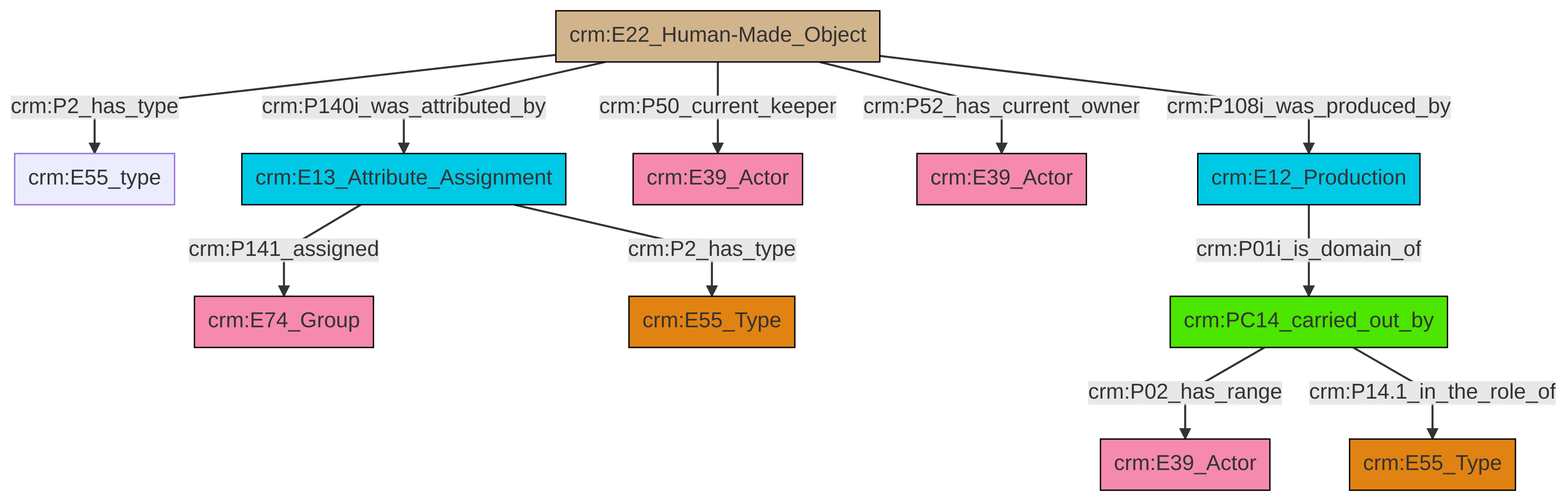
The Mermaid diagram et/artworkCSV/ttl/mmd/png/Artwork_Actor_Relations.png in swiss-art-research-net/reference-data-models, before a commit. Its source is kept beside it as et/artworkCSV/ttl/mmd/Artwork_Actor_Relations.ttl.mmd.
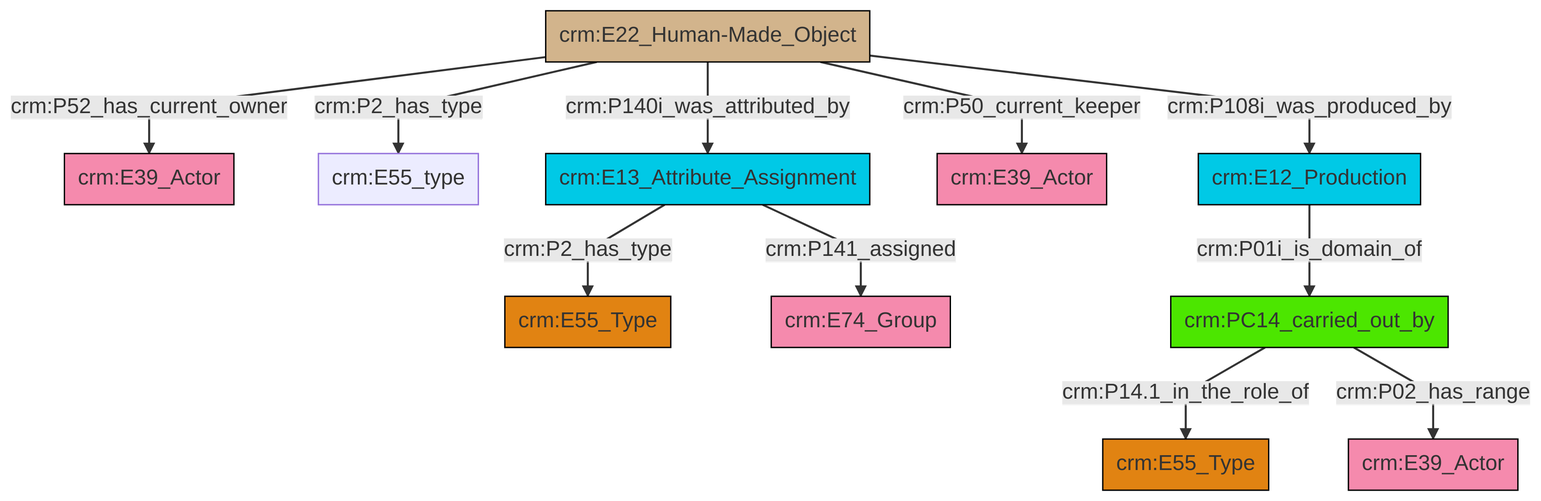
After the change.

Diff of the diagram source:
```diff
@@ -13,13 +13,13 @@
 classDef PC_Classes fill:#4ce600, stroke:#000000;
 classDef Multi fill:#cccccc,stroke:#000000;
 
-0["crm:E22_Human-Made_Object"]:::Physical_Thing -->|crm:P2_has_type| 1["crm:E55_type"]:::Default
-6["crm:E12_Production"]:::Temporal_Entity -->|crm:P01i_is_domain_of| 7["crm:PC14_carried_out_by"]:::PC_Classes
-8["crm:E13_Attribute_Assignment"]:::Temporal_Entity -->|crm:P141_assigned| 9["crm:E74_Group"]:::Actor
-0["crm:E22_Human-Made_Object"]:::Physical_Thing -->|crm:P140i_was_attributed_by| 8["crm:E13_Attribute_Assignment"]:::Temporal_Entity
-0["crm:E22_Human-Made_Object"]:::Physical_Thing -->|crm:P50_current_keeper| 10["crm:E39_Actor"]:::Actor
-0["crm:E22_Human-Made_Object"]:::Physical_Thing -->|crm:P52_has_current_owner| 4["crm:E39_Actor"]:::Actor
-8["crm:E13_Attribute_Assignment"]:::Temporal_Entity -->|crm:P2_has_type| 2["crm:E55_Type"]:::Type
-7["crm:PC14_carried_out_by"]:::PC_Classes -->|crm:P02_has_range| 17["crm:E39_Actor"]:::Actor
-0["crm:E22_Human-Made_Object"]:::Physical_Thing -->|crm:P108i_was_produced_by| 6["crm:E12_Production"]:::Temporal_Entity
-7["crm:PC14_carried_out_by"]:::PC_Classes -->|crm:P14.1_in_the_role_of| 15["crm:E55_Type"]:::Type
+2["crm:E22_Human-Made_Object"]:::Physical_Thing -->|crm:P52_has_current_owner| 3["crm:E39_Actor"]:::Actor
+2["crm:E22_Human-Made_Object"]:::Physical_Thing -->|crm:P2_has_type| 4["crm:E55_type"]:::Default
+9["crm:E13_Attribute_Assignment"]:::Temporal_Entity -->|crm:P2_has_type| 5["crm:E55_Type"]:::Type
+14["crm:E12_Production"]:::Temporal_Entity -->|crm:P01i_is_domain_of| 7["crm:PC14_carried_out_by"]:::PC_Classes
+7["crm:PC14_carried_out_by"]:::PC_Classes -->|crm:P14.1_in_the_role_of| 0["crm:E55_Type"]:::Type
+7["crm:PC14_carried_out_by"]:::PC_Classes -->|crm:P02_has_range| 18["crm:E39_Actor"]:::Actor
+2["crm:E22_Human-Made_Object"]:::Physical_Thing -->|crm:P140i_was_attributed_by| 9["crm:E13_Attribute_Assignment"]:::Temporal_Entity
+9["crm:E13_Attribute_Assignment"]:::Temporal_Entity -->|crm:P141_assigned| 11["crm:E74_Group"]:::Actor
+2["crm:E22_Human-Made_Object"]:::Physical_Thing -->|crm:P50_current_keeper| 15["crm:E39_Actor"]:::Actor
+2["crm:E22_Human-Made_Object"]:::Physical_Thing -->|crm:P108i_was_produced_by| 14["crm:E12_Production"]:::Temporal_Entity
```
